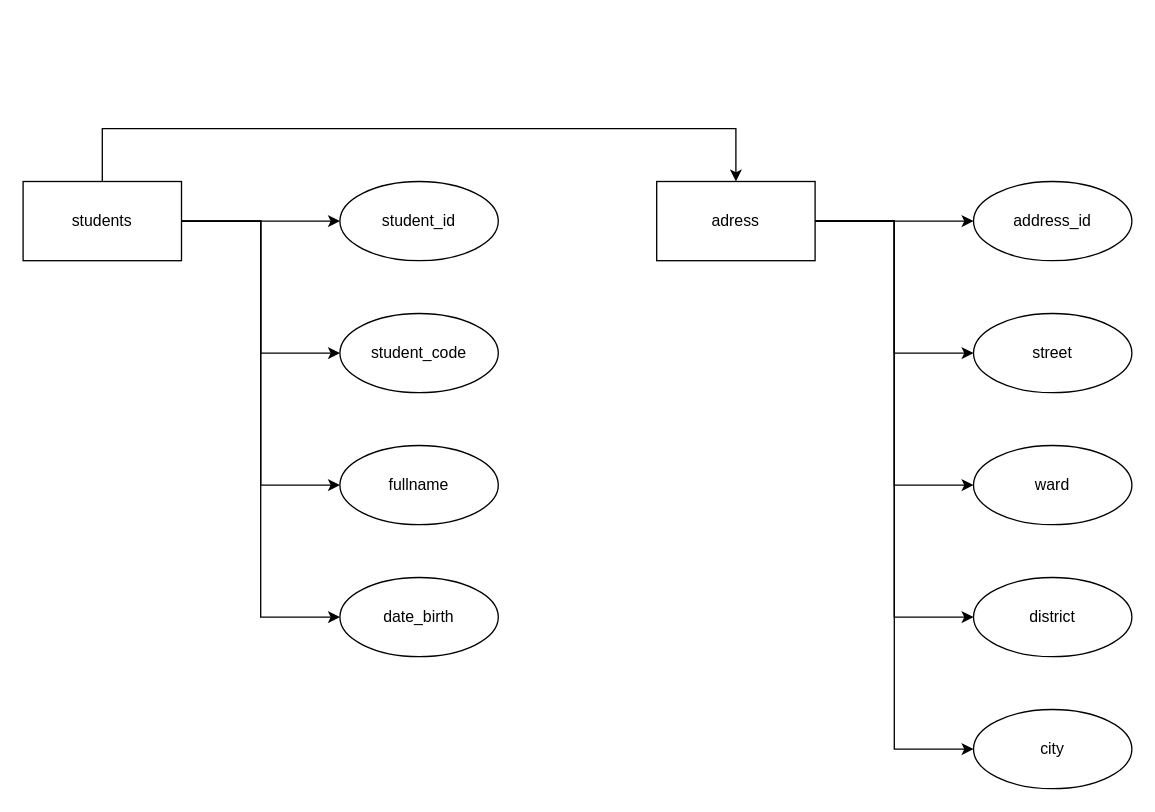
This is b4.drawio from trung2007hs-jpg/NguyenPhamHoangTrung_B25DTCN211_CNTT6_CSDL_Session01_BTVN04, a draw.io file, before an edit. Source tidied: cells renumbered, new cells numbered last; positions are measured from the earlier drawing's top-left corner, leaving out a move shared by most shapes. Both pictures are drawn from the tidied source at 132%, with x=0, y=0 at pixel (22, 128).
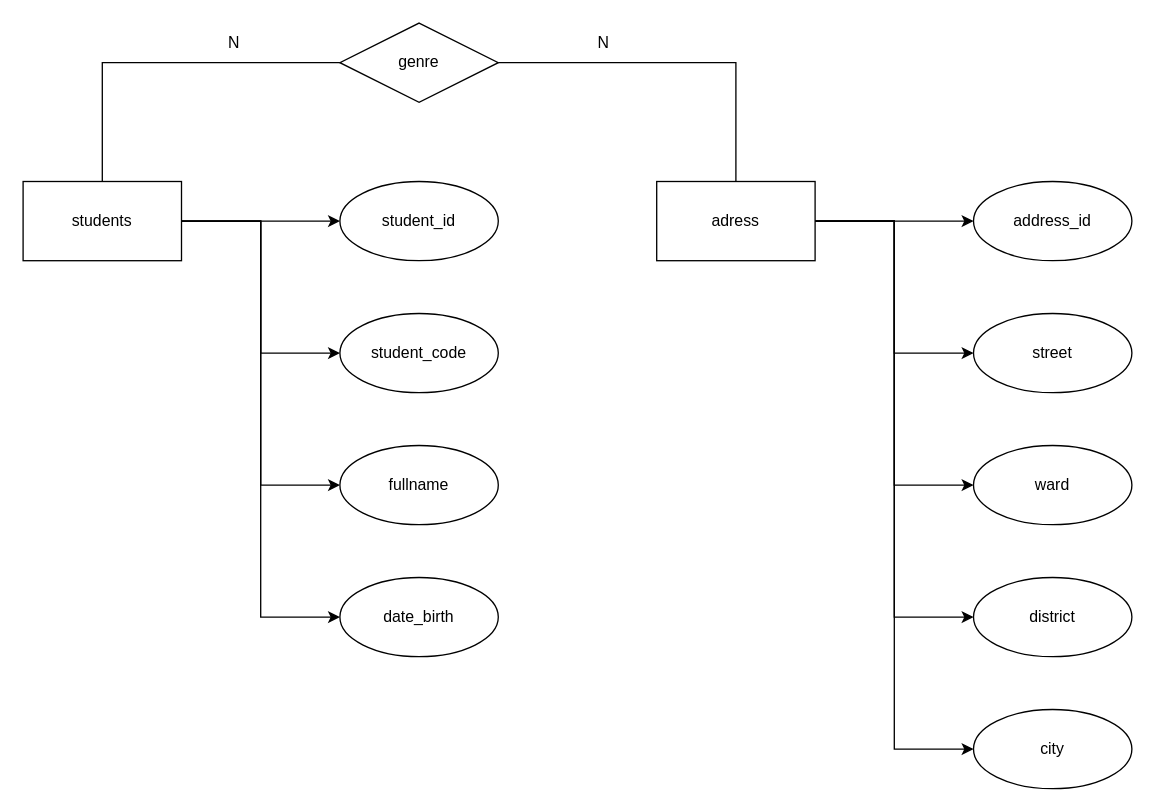
Above is the later version.

The change refers to these unchanged cells:
```xml
<mxCell id="7" value="students" style="rounded=0;whiteSpace=wrap;html=1;" parent="1" vertex="1">
  <mxGeometry y="40" width="120" height="60" as="geometry" />
</mxCell>
<mxCell id="17" value="adress" style="rounded=0;whiteSpace=wrap;html=1;" parent="1" vertex="1">
  <mxGeometry x="480" y="40" width="120" height="60" as="geometry" />
</mxCell>
```

Diff of the diagram source:
```diff
@@
-    <mxCell id="6" style="edgeStyle=orthogonalEdgeStyle;rounded=0;jettySize=auto;html=1;entryX=0.5;entryY=0;entryDx=0;entryDy=0;" parent="1" edge="1" source="7" target="17">
-      <mxGeometry relative="1" as="geometry">
-        <Array as="points">
-          <mxPoint x="60" />
-          <mxPoint x="540" />
-        </Array>
-      </mxGeometry>
-    </mxCell>
+    <mxCell id="23" style="edgeStyle=orthogonalEdgeStyle;rounded=0;jettySize=auto;html=1;entryX=0;entryY=0.5;entryDx=0;entryDy=0;endArrow=none;endFill=0;" parent="1" edge="1" source="7" target="25">
+      <mxGeometry relative="1" as="geometry">
+        <Array as="points">
+          <mxPoint x="60" y="-50" />
+        </Array>
+      </mxGeometry>
+    </mxCell>
@@
+    <mxCell id="24" style="edgeStyle=orthogonalEdgeStyle;rounded=0;jettySize=auto;html=1;entryX=0.5;entryY=0;entryDx=0;entryDy=0;endArrow=none;endFill=0;" parent="1" edge="1" source="25" target="17">
+      <mxGeometry relative="1" as="geometry" />
+    </mxCell>
+    <mxCell id="25" value="genre" style="rhombus;whiteSpace=wrap;html=1;" parent="1" vertex="1">
+      <mxGeometry x="240" y="-80" width="120" height="60" as="geometry" />
+    </mxCell>
+    <mxCell id="26" value="N" style="text;html=1;whiteSpace=wrap;strokeColor=none;fillColor=none;align=center;verticalAlign=middle;rounded=0;" parent="1" vertex="1">
+      <mxGeometry x="130" y="-80" width="60" height="30" as="geometry" />
+    </mxCell>
+    <mxCell id="27" value="N" style="text;html=1;whiteSpace=wrap;strokeColor=none;fillColor=none;align=center;verticalAlign=middle;rounded=0;" parent="1" vertex="1">
+      <mxGeometry x="410" y="-80" width="60" height="30" as="geometry" />
+    </mxCell>
```
